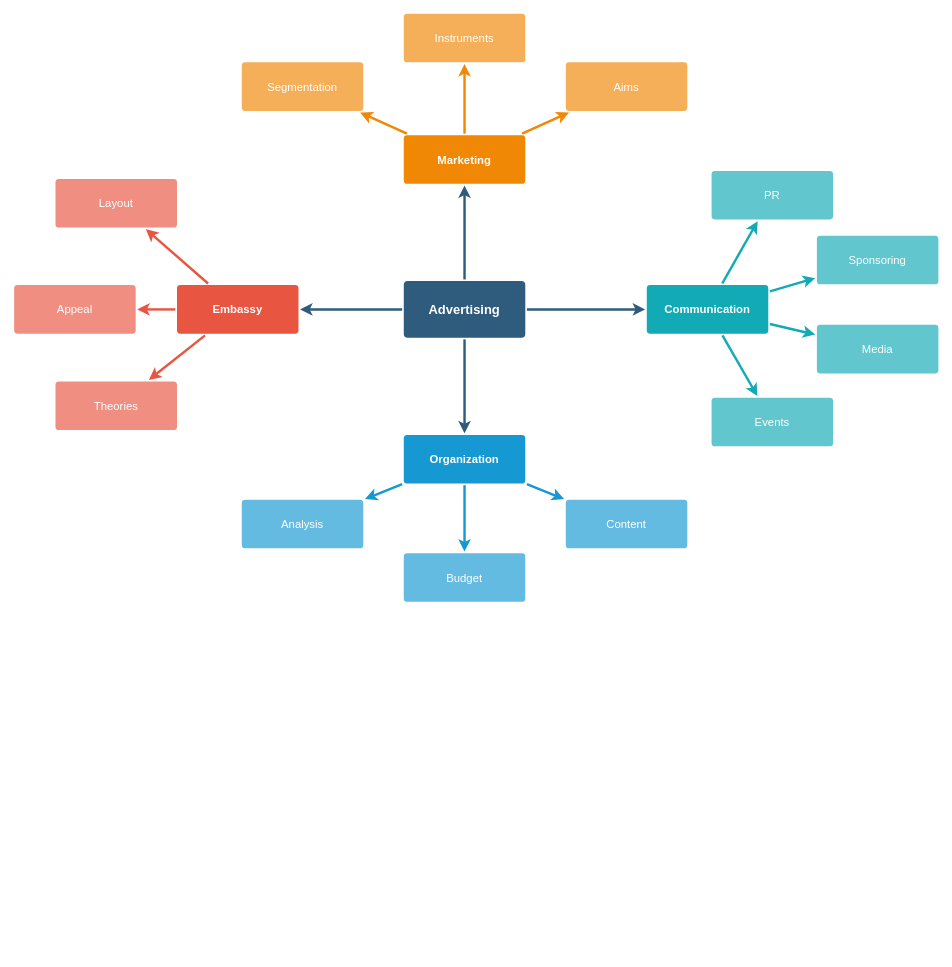
This is page "Page-1" (1 of 2) of Untitled Diagram.drawio from ChinmayBhagwat1/Walk-In-Clinic-Android-App, a draw.io file, before an edit. Source tidied: cells renumbered, new cells numbered last; positions are measured from the earlier drawing's top-left corner, leaving out a move shared by most shapes. Both pictures are drawn from the tidied source at 81%, with x=0, y=0 at pixel (14, 13).
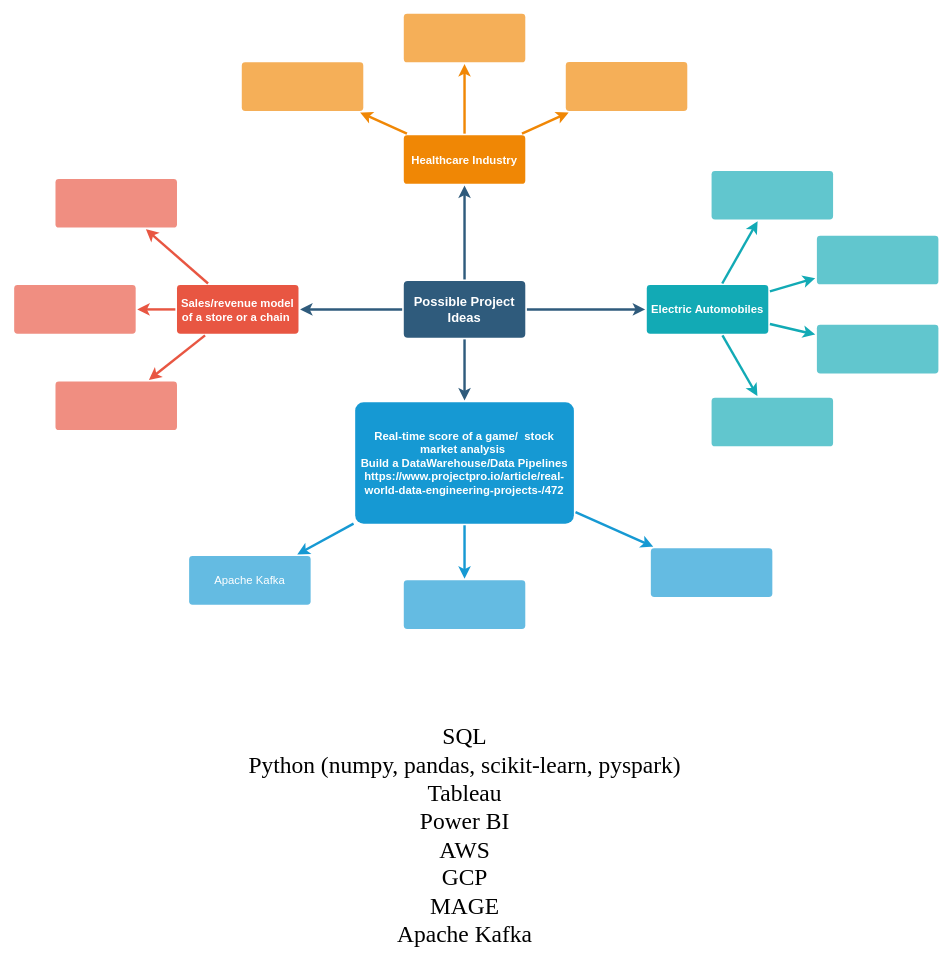
After the change.

What changed in the source:
```diff
@@
-    <mxCell id="6" value="Advertising" style="rounded=1;whiteSpace=wrap;html=1;shadow=0;labelBackgroundColor=none;strokeColor=none;strokeWidth=3;fillColor=#2F5B7C;fontFamily=Helvetica;fontSize=16;fontColor=#FFFFFF;align=center;fontStyle=1;spacing=5;arcSize=7;perimeterSpacing=2;" parent="1" vertex="1">
+    <mxCell id="6" value="Possible Project Ideas" style="rounded=1;whiteSpace=wrap;html=1;shadow=0;labelBackgroundColor=none;strokeColor=none;strokeWidth=3;fillColor=#2F5B7C;fontFamily=Helvetica;fontSize=16;fontColor=#FFFFFF;align=center;fontStyle=1;spacing=5;arcSize=7;perimeterSpacing=2;" parent="1" vertex="1">
       <mxGeometry x="481" y="330.5" width="150" height="70" as="geometry" />
     </mxCell>
@@
-    <mxCell id="10" value="Embassy" style="rounded=1;whiteSpace=wrap;html=1;shadow=0;labelBackgroundColor=none;strokeColor=none;strokeWidth=3;fillColor=#e85642;fontFamily=Helvetica;fontSize=14;fontColor=#FFFFFF;align=center;spacing=5;fontStyle=1;arcSize=7;perimeterSpacing=2;" parent="1" vertex="1">
+    <mxCell id="10" value="Sales/revenue model of a store or a chain&amp;nbsp;" style="rounded=1;whiteSpace=wrap;html=1;shadow=0;labelBackgroundColor=none;strokeColor=none;strokeWidth=3;fillColor=#e85642;fontFamily=Helvetica;fontSize=14;fontColor=#FFFFFF;align=center;spacing=5;fontStyle=1;arcSize=7;perimeterSpacing=2;" parent="1" vertex="1">
       <mxGeometry x="201" y="335.5" width="150" height="60" as="geometry" />
     </mxCell>
-    <mxCell id="11" value="Theories" style="rounded=1;whiteSpace=wrap;html=1;shadow=0;labelBackgroundColor=none;strokeColor=none;strokeWidth=3;fillColor=#f08e81;fontFamily=Helvetica;fontSize=14;fontColor=#FFFFFF;align=center;spacing=5;fontStyle=0;arcSize=7;perimeterSpacing=2;" parent="1" vertex="1">
+    <mxCell id="11" style="rounded=1;whiteSpace=wrap;html=1;shadow=0;labelBackgroundColor=none;strokeColor=none;strokeWidth=3;fillColor=#f08e81;fontFamily=Helvetica;fontSize=14;fontColor=#FFFFFF;align=center;spacing=5;fontStyle=0;arcSize=7;perimeterSpacing=2;" parent="1" vertex="1">
       <mxGeometry x="51" y="454.5" width="150" height="60" as="geometry" />
     </mxCell>
-    <mxCell id="12" value="Appeal" style="rounded=1;whiteSpace=wrap;html=1;shadow=0;labelBackgroundColor=none;strokeColor=none;strokeWidth=3;fillColor=#f08e81;fontFamily=Helvetica;fontSize=14;fontColor=#FFFFFF;align=center;spacing=5;fontStyle=0;arcSize=7;perimeterSpacing=2;" parent="1" vertex="1">
+    <mxCell id="12" style="rounded=1;whiteSpace=wrap;html=1;shadow=0;labelBackgroundColor=none;strokeColor=none;strokeWidth=3;fillColor=#f08e81;fontFamily=Helvetica;fontSize=14;fontColor=#FFFFFF;align=center;spacing=5;fontStyle=0;arcSize=7;perimeterSpacing=2;" parent="1" vertex="1">
       <mxGeometry y="335.5" width="150" height="60" as="geometry" />
     </mxCell>
-    <mxCell id="13" value="Layout" style="rounded=1;whiteSpace=wrap;html=1;shadow=0;labelBackgroundColor=none;strokeColor=none;strokeWidth=3;fillColor=#f08e81;fontFamily=Helvetica;fontSize=14;fontColor=#FFFFFF;align=center;spacing=5;fontStyle=0;arcSize=7;perimeterSpacing=2;" parent="1" vertex="1">
+    <mxCell id="13" style="rounded=1;whiteSpace=wrap;html=1;shadow=0;labelBackgroundColor=none;strokeColor=none;strokeWidth=3;fillColor=#f08e81;fontFamily=Helvetica;fontSize=14;fontColor=#FFFFFF;align=center;spacing=5;fontStyle=0;arcSize=7;perimeterSpacing=2;" parent="1" vertex="1">
       <mxGeometry x="51" y="204.5" width="150" height="60" as="geometry" />
     </mxCell>
@@
-    <mxCell id="17" value="Organization" style="rounded=1;whiteSpace=wrap;html=1;shadow=0;labelBackgroundColor=none;strokeColor=none;strokeWidth=3;fillColor=#1699d3;fontFamily=Helvetica;fontSize=14;fontColor=#FFFFFF;align=center;spacing=5;fontStyle=1;arcSize=7;perimeterSpacing=2;" parent="1" vertex="1">
-      <mxGeometry x="481" y="520.5" width="150" height="60" as="geometry" />
+    <mxCell id="17" value="Real-time score of a game/&amp;nbsp; stock market analysis&amp;nbsp; &lt;br&gt;Build a DataWarehouse/Data Pipelines&lt;br&gt;https://www.projectpro.io/article/real-world-data-engineering-projects-/472" style="rounded=1;whiteSpace=wrap;html=1;shadow=0;labelBackgroundColor=none;strokeColor=none;strokeWidth=3;fillColor=#1699d3;fontFamily=Helvetica;fontSize=14;fontColor=#FFFFFF;align=center;spacing=5;fontStyle=1;arcSize=7;perimeterSpacing=2;" parent="1" vertex="1">
+      <mxGeometry x="421" y="480" width="270" height="150" as="geometry" />
     </mxCell>
-    <mxCell id="18" value="Content" style="rounded=1;whiteSpace=wrap;html=1;shadow=0;labelBackgroundColor=none;strokeColor=none;strokeWidth=3;fillColor=#64bbe2;fontFamily=Helvetica;fontSize=14;fontColor=#FFFFFF;align=center;spacing=5;arcSize=7;perimeterSpacing=2;" parent="1" vertex="1">
-      <mxGeometry x="681" y="600.5" width="150" height="60" as="geometry" />
+    <mxCell id="18" style="rounded=1;whiteSpace=wrap;html=1;shadow=0;labelBackgroundColor=none;strokeColor=none;strokeWidth=3;fillColor=#64bbe2;fontFamily=Helvetica;fontSize=14;fontColor=#FFFFFF;align=center;spacing=5;arcSize=7;perimeterSpacing=2;" parent="1" vertex="1">
+      <mxGeometry x="786" y="660.5" width="150" height="60" as="geometry" />
     </mxCell>
-    <mxCell id="19" value="Budget" style="rounded=1;whiteSpace=wrap;html=1;shadow=0;labelBackgroundColor=none;strokeColor=none;strokeWidth=3;fillColor=#64bbe2;fontFamily=Helvetica;fontSize=14;fontColor=#FFFFFF;align=center;spacing=5;arcSize=7;perimeterSpacing=2;" parent="1" vertex="1">
-      <mxGeometry x="481" y="666.5" width="150" height="60" as="geometry" />
+    <mxCell id="19" style="rounded=1;whiteSpace=wrap;html=1;shadow=0;labelBackgroundColor=none;strokeColor=none;strokeWidth=3;fillColor=#64bbe2;fontFamily=Helvetica;fontSize=14;fontColor=#FFFFFF;align=center;spacing=5;arcSize=7;perimeterSpacing=2;" parent="1" vertex="1">
+      <mxGeometry x="481" y="700" width="150" height="60" as="geometry" />
     </mxCell>
-    <mxCell id="20" value="Analysis" style="rounded=1;whiteSpace=wrap;html=1;shadow=0;labelBackgroundColor=none;strokeColor=none;strokeWidth=3;fillColor=#64bbe2;fontFamily=Helvetica;fontSize=14;fontColor=#FFFFFF;align=center;spacing=5;arcSize=7;perimeterSpacing=2;" parent="1" vertex="1">
-      <mxGeometry x="281" y="600.5" width="150" height="60" as="geometry" />
+    <mxCell id="20" value="Apache Kafka" style="rounded=1;whiteSpace=wrap;html=1;shadow=0;labelBackgroundColor=none;strokeColor=none;strokeWidth=3;fillColor=#64bbe2;fontFamily=Helvetica;fontSize=14;fontColor=#FFFFFF;align=center;spacing=5;arcSize=7;perimeterSpacing=2;" parent="1" vertex="1">
+      <mxGeometry x="216" y="670" width="150" height="60" as="geometry" />
     </mxCell>
-    <mxCell id="21" value="Marketing" style="rounded=1;whiteSpace=wrap;html=1;shadow=0;labelBackgroundColor=none;strokeColor=none;strokeWidth=3;fillColor=#F08705;fontFamily=Helvetica;fontSize=14;fontColor=#FFFFFF;align=center;spacing=5;fontStyle=1;arcSize=7;perimeterSpacing=2;" parent="1" vertex="1">
+    <mxCell id="21" value="Healthcare Industry" style="rounded=1;whiteSpace=wrap;html=1;shadow=0;labelBackgroundColor=none;strokeColor=none;strokeWidth=3;fillColor=#F08705;fontFamily=Helvetica;fontSize=14;fontColor=#FFFFFF;align=center;spacing=5;fontStyle=1;arcSize=7;perimeterSpacing=2;" parent="1" vertex="1">
       <mxGeometry x="481" y="150.5" width="150" height="60" as="geometry" />
     </mxCell>
-    <mxCell id="22" value="Aims&lt;br&gt;" style="rounded=1;whiteSpace=wrap;html=1;shadow=0;labelBackgroundColor=none;strokeColor=none;strokeWidth=3;fillColor=#f5af58;fontFamily=Helvetica;fontSize=14;fontColor=#FFFFFF;align=center;spacing=5;arcSize=7;perimeterSpacing=2;" parent="1" vertex="1">
-      <mxGeometry x="681" y="60.5" width="150" height="60" as="geometry" />
+    <mxCell id="22" style="rounded=1;whiteSpace=wrap;html=1;shadow=0;labelBackgroundColor=none;strokeColor=none;strokeWidth=3;fillColor=#f5af58;fontFamily=Helvetica;fontSize=14;fontColor=#FFFFFF;align=center;spacing=5;arcSize=7;perimeterSpacing=2;" parent="1" vertex="1">
+      <mxGeometry x="681" y="60" width="150" height="60.5" as="geometry" />
     </mxCell>
@@
-    <mxCell id="24" value="Instruments" style="rounded=1;whiteSpace=wrap;html=1;shadow=0;labelBackgroundColor=none;strokeColor=none;strokeWidth=3;fillColor=#f5af58;fontFamily=Helvetica;fontSize=14;fontColor=#FFFFFF;align=center;spacing=5;arcSize=7;perimeterSpacing=2;" parent="1" vertex="1">
+    <mxCell id="24" style="rounded=1;whiteSpace=wrap;html=1;shadow=0;labelBackgroundColor=none;strokeColor=none;strokeWidth=3;fillColor=#f5af58;fontFamily=Helvetica;fontSize=14;fontColor=#FFFFFF;align=center;spacing=5;arcSize=7;perimeterSpacing=2;" parent="1" vertex="1">
       <mxGeometry x="481" y="0.5" width="150" height="60" as="geometry" />
     </mxCell>
@@
-    <mxCell id="26" value="Segmentation" style="rounded=1;whiteSpace=wrap;html=1;shadow=0;labelBackgroundColor=none;strokeColor=none;strokeWidth=3;fillColor=#f5af58;fontFamily=Helvetica;fontSize=14;fontColor=#FFFFFF;align=center;spacing=5;arcSize=7;perimeterSpacing=2;" parent="1" vertex="1">
+    <mxCell id="26" style="rounded=1;whiteSpace=wrap;html=1;shadow=0;labelBackgroundColor=none;strokeColor=none;strokeWidth=3;fillColor=#f5af58;fontFamily=Helvetica;fontSize=14;fontColor=#FFFFFF;align=center;spacing=5;arcSize=7;perimeterSpacing=2;" parent="1" vertex="1">
       <mxGeometry x="281" y="60.5" width="150" height="60" as="geometry" />
     </mxCell>
@@
-    <mxCell id="28" value="Communication" style="rounded=1;whiteSpace=wrap;html=1;shadow=0;labelBackgroundColor=none;strokeColor=none;strokeWidth=3;fillColor=#12aab5;fontFamily=Helvetica;fontSize=14;fontColor=#FFFFFF;align=center;spacing=5;fontStyle=1;arcSize=7;perimeterSpacing=2;" parent="1" vertex="1">
+    <mxCell id="28" value="Electric Automobiles" style="rounded=1;whiteSpace=wrap;html=1;shadow=0;labelBackgroundColor=none;strokeColor=none;strokeWidth=3;fillColor=#12aab5;fontFamily=Helvetica;fontSize=14;fontColor=#FFFFFF;align=center;spacing=5;fontStyle=1;arcSize=7;perimeterSpacing=2;" parent="1" vertex="1">
       <mxGeometry x="781" y="335.5" width="150" height="60" as="geometry" />
     </mxCell>
-    <mxCell id="29" value="Events" style="rounded=1;whiteSpace=wrap;html=1;shadow=0;labelBackgroundColor=none;strokeColor=none;strokeWidth=3;fillColor=#61c6ce;fontFamily=Helvetica;fontSize=14;fontColor=#FFFFFF;align=center;spacing=5;fontStyle=0;arcSize=7;perimeterSpacing=2;" parent="1" vertex="1">
+    <mxCell id="29" style="rounded=1;whiteSpace=wrap;html=1;shadow=0;labelBackgroundColor=none;strokeColor=none;strokeWidth=3;fillColor=#61c6ce;fontFamily=Helvetica;fontSize=14;fontColor=#FFFFFF;align=center;spacing=5;fontStyle=0;arcSize=7;perimeterSpacing=2;" parent="1" vertex="1">
       <mxGeometry x="861" y="474.5" width="150" height="60" as="geometry" />
     </mxCell>
@@
-    <mxCell id="31" value="Media" style="rounded=1;whiteSpace=wrap;html=1;shadow=0;labelBackgroundColor=none;strokeColor=none;strokeWidth=3;fillColor=#61c6ce;fontFamily=Helvetica;fontSize=14;fontColor=#FFFFFF;align=center;spacing=5;fontStyle=0;arcSize=7;perimeterSpacing=2;" parent="1" vertex="1">
+    <mxCell id="31" style="rounded=1;whiteSpace=wrap;html=1;shadow=0;labelBackgroundColor=none;strokeColor=none;strokeWidth=3;fillColor=#61c6ce;fontFamily=Helvetica;fontSize=14;fontColor=#FFFFFF;align=center;spacing=5;fontStyle=0;arcSize=7;perimeterSpacing=2;" parent="1" vertex="1">
       <mxGeometry x="991" y="384.5" width="150" height="60" as="geometry" />
     </mxCell>
@@
-    <mxCell id="33" value="Sponsoring" style="rounded=1;whiteSpace=wrap;html=1;shadow=0;labelBackgroundColor=none;strokeColor=none;strokeWidth=3;fillColor=#61c6ce;fontFamily=Helvetica;fontSize=14;fontColor=#FFFFFF;align=center;spacing=5;fontStyle=0;arcSize=7;perimeterSpacing=2;" parent="1" vertex="1">
+    <mxCell id="33" style="rounded=1;whiteSpace=wrap;html=1;shadow=0;labelBackgroundColor=none;strokeColor=none;strokeWidth=3;fillColor=#61c6ce;fontFamily=Helvetica;fontSize=14;fontColor=#FFFFFF;align=center;spacing=5;fontStyle=0;arcSize=7;perimeterSpacing=2;" parent="1" vertex="1">
       <mxGeometry x="991" y="274.5" width="150" height="60" as="geometry" />
     </mxCell>
@@
-    <mxCell id="35" value="PR" style="rounded=1;whiteSpace=wrap;html=1;shadow=0;labelBackgroundColor=none;strokeColor=none;strokeWidth=3;fillColor=#61c6ce;fontFamily=Helvetica;fontSize=14;fontColor=#FFFFFF;align=center;spacing=5;fontStyle=0;arcSize=7;perimeterSpacing=2;" parent="1" vertex="1">
+    <mxCell id="35" style="rounded=1;whiteSpace=wrap;html=1;shadow=0;labelBackgroundColor=none;strokeColor=none;strokeWidth=3;fillColor=#61c6ce;fontFamily=Helvetica;fontSize=14;fontColor=#FFFFFF;align=center;spacing=5;fontStyle=0;arcSize=7;perimeterSpacing=2;" parent="1" vertex="1">
       <mxGeometry x="861" y="194.5" width="150" height="60" as="geometry" />
     </mxCell>
@@
+    <mxCell id="37" value="SQL&lt;br style=&quot;font-size: 29px;&quot;&gt;Python (numpy, pandas, scikit-learn, pyspark)&lt;br&gt;Tableau&lt;br&gt;Power BI&lt;br&gt;AWS&lt;br&gt;GCP&lt;br&gt;MAGE&lt;br&gt;Apache Kafka&lt;br&gt;" style="text;html=1;align=center;verticalAlign=middle;strokeColor=none;fillColor=none;fontFamily=Times New Roman;fontSize=29;" parent="1" vertex="1">
+      <mxGeometry x="276" y="870" width="560" height="290" as="geometry" />
+    </mxCell>
```
